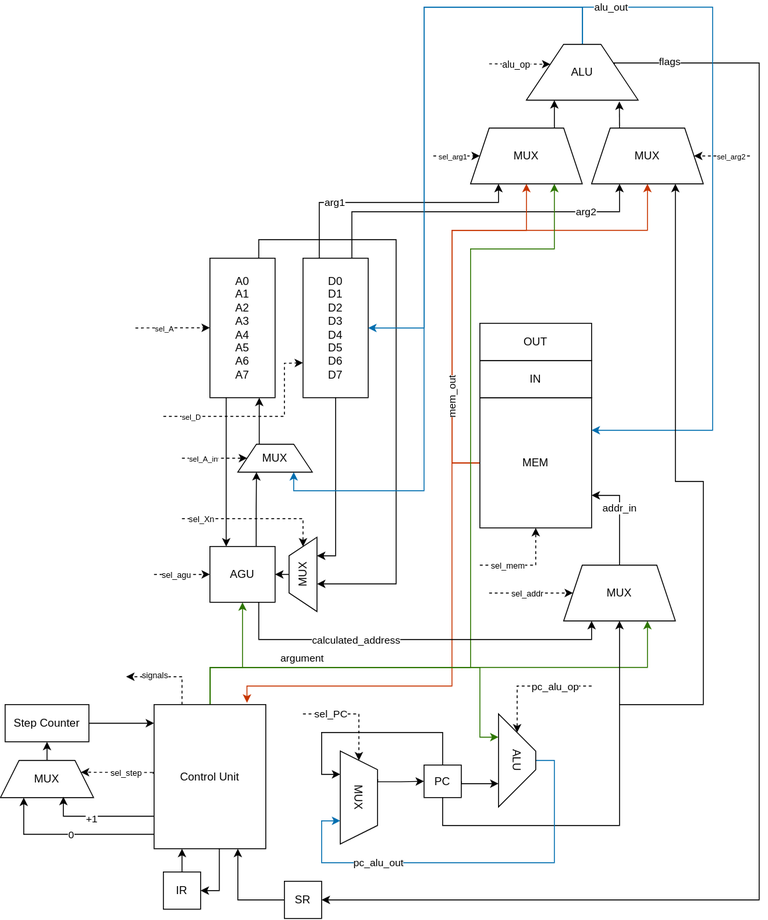
Above: m68k_v2.drawio.svg in Anderaf/m68kScheme (draw.io), before the change. Source tidied: cells renumbered, new cells last; positions are measured from the earlier drawing's top-left corner, leaving out a move shared by most shapes.
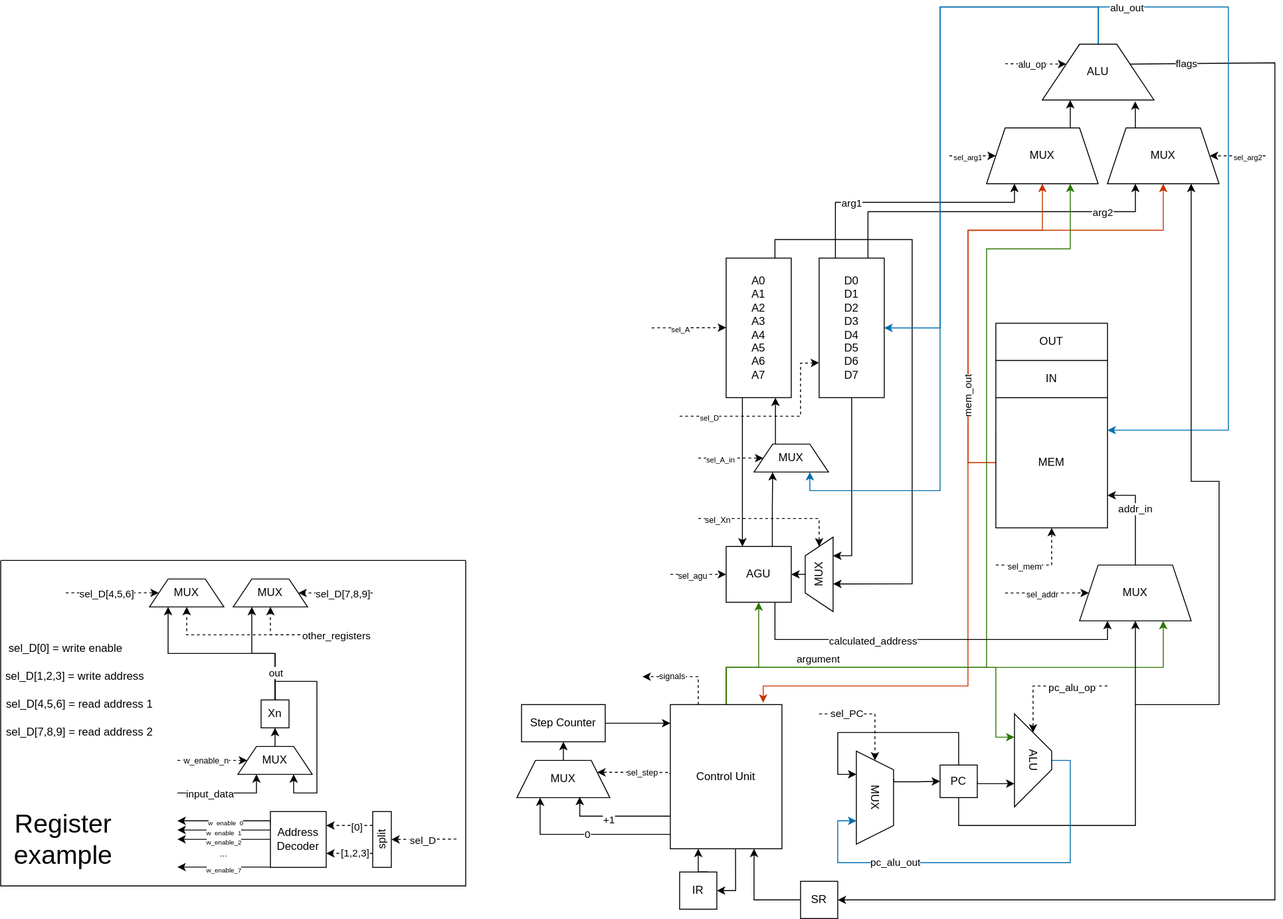
Above is the later version.

The edit, as a diff of the source:
```diff
@@ -506,5 +506,195 @@
         </Array>
       </mxGeometry>
     </mxCell>
+    <mxCell id="92" style="edgeStyle=orthogonalEdgeStyle;rounded=0;jettySize=auto;html=1;exitX=0.5;exitY=0;exitDx=0;exitDy=0;entryX=0.75;entryY=1;entryDx=0;entryDy=0;" parent="1" edge="1" source="96" target="98">
+      <mxGeometry relative="1" as="geometry">
+        <Array as="points">
+          <mxPoint x="-260" y="725" />
+          <mxPoint x="-215" y="725" />
+          <mxPoint x="-215" y="845" />
+          <mxPoint x="-240" y="845" />
+        </Array>
+      </mxGeometry>
+    </mxCell>
+    <mxCell id="93" style="edgeStyle=orthogonalEdgeStyle;rounded=0;jettySize=auto;html=1;exitX=0.5;exitY=0;exitDx=0;exitDy=0;entryX=0.25;entryY=1;entryDx=0;entryDy=0;" parent="1" edge="1" source="96" target="116">
+      <mxGeometry relative="1" as="geometry" />
+    </mxCell>
+    <mxCell id="94" style="edgeStyle=orthogonalEdgeStyle;rounded=0;jettySize=auto;html=1;exitX=0.5;exitY=0;exitDx=0;exitDy=0;entryX=0.25;entryY=1;entryDx=0;entryDy=0;" parent="1" edge="1" source="96" target="115">
+      <mxGeometry relative="1" as="geometry" />
+    </mxCell>
+    <mxCell id="95" value="out" style="edgeLabel;html=1;align=center;verticalAlign=middle;" parent="94" vertex="1">
+      <mxGeometry x="-0.9" relative="1" as="geometry">
+        <mxPoint y="-23" as="offset" />
+      </mxGeometry>
+    </mxCell>
+    <mxCell id="96" value="Xn" style="whiteSpace=wrap;html=1;" parent="1" vertex="1">
+      <mxGeometry x="-275" y="745" width="30" height="30" as="geometry" />
+    </mxCell>
+    <mxCell id="97" style="edgeStyle=orthogonalEdgeStyle;rounded=0;jettySize=auto;html=1;exitX=0.5;exitY=0;exitDx=0;exitDy=0;entryX=0.5;entryY=1;entryDx=0;entryDy=0;" parent="1" edge="1" source="98" target="96">
+      <mxGeometry relative="1" as="geometry" />
+    </mxCell>
+    <mxCell id="98" value="MUX" style="shape=trapezoid;perimeter=trapezoidPerimeter;whiteSpace=wrap;html=1;fixedSize=1;rotation=0;" parent="1" vertex="1">
+      <mxGeometry x="-300" y="795" width="80" height="30" as="geometry" />
+    </mxCell>
+    <mxCell id="99" style="endArrow=classic;html=1;rounded=0;entryX=0.25;entryY=1;entryDx=0;entryDy=0;" parent="1" edge="1" target="98">
+      <mxGeometry relative="1" as="geometry">
+        <mxPoint x="-365" y="845" as="sourcePoint" />
+        <Array as="points">
+          <mxPoint x="-280" y="845" />
+        </Array>
+      </mxGeometry>
+    </mxCell>
+    <mxCell id="100" value="input_data" style="edgeLabel;html=1;align=center;verticalAlign=middle;" parent="99" vertex="1">
+      <mxGeometry x="-0.46" relative="1" as="geometry">
+        <mxPoint x="6" as="offset" />
+      </mxGeometry>
+    </mxCell>
+    <mxCell id="101" style="endArrow=classic;html=1;rounded=0;entryX=0;entryY=0.5;entryDx=0;entryDy=0;dashed=1;" parent="1" edge="1" target="98">
+      <mxGeometry relative="1" as="geometry">
+        <mxPoint x="-365" y="810" as="sourcePoint" />
+      </mxGeometry>
+    </mxCell>
+    <mxCell id="102" value="&lt;font style=&quot;font-size: 9px;&quot;&gt;w_enable_n&lt;/font&gt;" style="edgeLabel;html=1;align=center;verticalAlign=middle;" parent="101" vertex="1">
+      <mxGeometry x="-0.21" y="1" relative="1" as="geometry" />
+    </mxCell>
+    <mxCell id="103" style="edgeStyle=orthogonalEdgeStyle;rounded=0;jettySize=auto;html=1;exitX=0;exitY=0.25;exitDx=0;exitDy=0;" parent="1" edge="1" source="105">
+      <mxGeometry relative="1" as="geometry">
+        <mxPoint x="-365" y="875" as="targetPoint" />
+        <Array as="points">
+          <mxPoint x="-265" y="875" />
+        </Array>
+      </mxGeometry>
+    </mxCell>
+    <mxCell id="104" value="&lt;font style=&quot;font-size: 7px;&quot;&gt;w_enable_0&lt;/font&gt;" style="edgeLabel;html=1;align=center;verticalAlign=middle;" parent="103" vertex="1">
+      <mxGeometry x="0.22" y="1" relative="1" as="geometry">
+        <mxPoint x="9" y="-1" as="offset" />
+      </mxGeometry>
+    </mxCell>
+    <mxCell id="105" value="Address&lt;div&gt;Decoder&lt;/div&gt;" style="whiteSpace=wrap;html=1;" parent="1" vertex="1">
+      <mxGeometry x="-265" y="865" width="60" height="60" as="geometry" />
+    </mxCell>
+    <mxCell id="106" style="endArrow=classic;html=1;rounded=0;entryX=0.5;entryY=1;entryDx=0;entryDy=0;dashed=1;" parent="1" edge="1" target="132">
+      <mxGeometry relative="1" as="geometry">
+        <mxPoint x="-65" y="894.5" as="sourcePoint" />
+      </mxGeometry>
+    </mxCell>
+    <mxCell id="107" value="sel_D" style="edgeLabel;html=1;align=center;verticalAlign=middle;" parent="106" vertex="1">
+      <mxGeometry x="0.07" relative="1" as="geometry" />
+    </mxCell>
+    <mxCell id="108" style="edgeStyle=orthogonalEdgeStyle;rounded=0;orthogonalLoop=1;jettySize=auto;html=1;exitX=0;exitY=0.25;exitDx=0;exitDy=0;" parent="1" edge="1">
+      <mxGeometry relative="1" as="geometry">
+        <mxPoint x="-265" y="884.8" as="sourcePoint" />
+        <mxPoint x="-365" y="884.8" as="targetPoint" />
+      </mxGeometry>
+    </mxCell>
+    <mxCell id="109" value="&lt;font style=&quot;font-size: 7px;&quot;&gt;w_enable_1&lt;/font&gt;" style="edgeLabel;html=1;align=center;verticalAlign=middle;" parent="108" vertex="1">
+      <mxGeometry x="0.22" y="1" relative="1" as="geometry">
+        <mxPoint x="11" as="offset" />
+      </mxGeometry>
+    </mxCell>
+    <mxCell id="110" style="edgeStyle=orthogonalEdgeStyle;rounded=0;orthogonalLoop=1;jettySize=auto;html=1;exitX=0;exitY=0.25;exitDx=0;exitDy=0;" parent="1" edge="1">
+      <mxGeometry relative="1" as="geometry">
+        <mxPoint x="-265" y="894.8" as="sourcePoint" />
+        <mxPoint x="-365" y="894.8" as="targetPoint" />
+      </mxGeometry>
+    </mxCell>
+    <mxCell id="111" value="&lt;font style=&quot;font-size: 7px;&quot;&gt;w_enable_2&lt;/font&gt;" style="edgeLabel;html=1;align=center;verticalAlign=middle;" parent="110" vertex="1">
+      <mxGeometry x="0.22" y="1" relative="1" as="geometry">
+        <mxPoint x="11" as="offset" />
+      </mxGeometry>
+    </mxCell>
+    <mxCell id="112" value="&lt;font style=&quot;font-size: 9px;&quot;&gt;...&lt;/font&gt;" style="text;html=1;whiteSpace=wrap;strokeColor=none;fillColor=none;align=center;verticalAlign=middle;rounded=0;" parent="1" vertex="1">
+      <mxGeometry x="-345" y="905" width="60" height="10" as="geometry" />
+    </mxCell>
+    <mxCell id="113" style="edgeStyle=orthogonalEdgeStyle;rounded=0;orthogonalLoop=1;jettySize=auto;html=1;exitX=0;exitY=0.25;exitDx=0;exitDy=0;" parent="1" edge="1">
+      <mxGeometry relative="1" as="geometry">
+        <mxPoint x="-265" y="924.7" as="sourcePoint" />
+        <mxPoint x="-365" y="924.7" as="targetPoint" />
+      </mxGeometry>
+    </mxCell>
+    <mxCell id="114" value="&lt;font style=&quot;font-size: 7px;&quot;&gt;w_enable_7&lt;/font&gt;" style="edgeLabel;html=1;align=center;verticalAlign=middle;" parent="113" vertex="1">
+      <mxGeometry x="0.22" y="1" relative="1" as="geometry">
+        <mxPoint x="11" as="offset" />
+      </mxGeometry>
+    </mxCell>
+    <mxCell id="115" value="MUX" style="shape=trapezoid;perimeter=trapezoidPerimeter;whiteSpace=wrap;html=1;fixedSize=1;rotation=0;" parent="1" vertex="1">
+      <mxGeometry x="-305" y="615" width="80" height="30" as="geometry" />
+    </mxCell>
+    <mxCell id="116" value="MUX" style="shape=trapezoid;perimeter=trapezoidPerimeter;whiteSpace=wrap;html=1;fixedSize=1;rotation=0;" parent="1" vertex="1">
+      <mxGeometry x="-395" y="615" width="80" height="30" as="geometry" />
+    </mxCell>
+    <mxCell id="117" style="endArrow=classic;html=1;rounded=0;entryX=0.5;entryY=1;entryDx=0;entryDy=0;dashed=1;" parent="1" edge="1" target="116">
+      <mxGeometry relative="1" as="geometry">
+        <mxPoint x="-185" y="675" as="sourcePoint" />
+        <Array as="points">
+          <mxPoint x="-355" y="675" />
+        </Array>
+      </mxGeometry>
+    </mxCell>
+    <mxCell id="118" style="endArrow=classic;html=1;rounded=0;entryX=0.5;entryY=1;entryDx=0;entryDy=0;dashed=1;" parent="1" edge="1" target="115">
+      <mxGeometry relative="1" as="geometry">
+        <mxPoint x="-185" y="675" as="sourcePoint" />
+        <Array as="points">
+          <mxPoint x="-265" y="675" />
+        </Array>
+      </mxGeometry>
+    </mxCell>
+    <mxCell id="119" value="other_registers" style="edgeLabel;html=1;align=center;verticalAlign=middle;" parent="118" vertex="1">
+      <mxGeometry x="-0.33" y="-2" relative="1" as="geometry">
+        <mxPoint x="27" y="2" as="offset" />
+      </mxGeometry>
+    </mxCell>
+    <mxCell id="120" style="edgeStyle=none;orthogonalLoop=1;jettySize=auto;html=1;rounded=0;dashed=1;" parent="1" edge="1">
+      <mxGeometry relative="1" as="geometry">
+        <mxPoint x="-485" y="629.8" as="sourcePoint" />
+        <mxPoint x="-385" y="629.8" as="targetPoint" />
+      </mxGeometry>
+    </mxCell>
+    <mxCell id="121" value="sel_D[4,5,6]" style="edgeLabel;html=1;align=center;verticalAlign=middle;" parent="120" vertex="1">
+      <mxGeometry x="-0.12" y="-3" relative="1" as="geometry">
+        <mxPoint y="-3" as="offset" />
+      </mxGeometry>
+    </mxCell>
+    <mxCell id="122" style="edgeStyle=none;jettySize=auto;html=1;rounded=0;entryX=1;entryY=0.5;entryDx=0;entryDy=0;dashed=1;" parent="1" edge="1" target="115">
+      <mxGeometry relative="1" as="geometry">
+        <mxPoint x="-155" y="630" as="sourcePoint" />
+      </mxGeometry>
+    </mxCell>
+    <mxCell id="123" value="sel_D[7,8,9]" style="edgeLabel;html=1;align=center;verticalAlign=middle;" parent="122" vertex="1">
+      <mxGeometry x="-0.18" relative="1" as="geometry" />
+    </mxCell>
+    <mxCell id="124" value="sel_D[0] = write enable" style="text;html=1;whiteSpace=wrap;strokeColor=none;fillColor=none;align=center;verticalAlign=middle;rounded=0;" parent="1" vertex="1">
+      <mxGeometry x="-555" y="675" width="140" height="30" as="geometry" />
+    </mxCell>
+    <mxCell id="125" value="sel_D[1,2,3] = write address" style="text;html=1;whiteSpace=wrap;strokeColor=none;fillColor=none;align=center;verticalAlign=middle;rounded=0;" parent="1" vertex="1">
+      <mxGeometry x="-555" y="705" width="160" height="30" as="geometry" />
+    </mxCell>
+    <mxCell id="126" value="sel_D[4,5,6] = read address 1" style="text;html=1;whiteSpace=wrap;strokeColor=none;fillColor=none;align=center;verticalAlign=middle;rounded=0;" parent="1" vertex="1">
+      <mxGeometry x="-555" y="735" width="170" height="30" as="geometry" />
+    </mxCell>
+    <mxCell id="127" value="sel_D[7,8,9] = read address 2" style="text;html=1;whiteSpace=wrap;strokeColor=none;fillColor=none;align=center;verticalAlign=middle;rounded=0;" parent="1" vertex="1">
+      <mxGeometry x="-555" y="765" width="170" height="30" as="geometry" />
+    </mxCell>
+    <mxCell id="128" style="edgeStyle=orthogonalEdgeStyle;rounded=0;jettySize=auto;html=1;exitX=0.75;exitY=0;exitDx=0;exitDy=0;entryX=1;entryY=0.25;entryDx=0;entryDy=0;dashed=1;" parent="1" edge="1" source="132" target="105">
+      <mxGeometry relative="1" as="geometry" />
+    </mxCell>
+    <mxCell id="129" value="[0]" style="edgeLabel;html=1;align=center;verticalAlign=middle;" parent="128" vertex="1">
+      <mxGeometry x="-0.25" y="1" relative="1" as="geometry" />
+    </mxCell>
+    <mxCell id="130" style="edgeStyle=orthogonalEdgeStyle;rounded=0;jettySize=auto;html=1;exitX=0.25;exitY=0;exitDx=0;exitDy=0;entryX=1;entryY=0.75;entryDx=0;entryDy=0;dashed=1;" parent="1" edge="1" source="132" target="105">
+      <mxGeometry relative="1" as="geometry" />
+    </mxCell>
+    <mxCell id="131" value="[1,2,3]" style="edgeLabel;html=1;align=center;verticalAlign=middle;" parent="130" vertex="1">
+      <mxGeometry x="-0.19" y="-1" relative="1" as="geometry" />
+    </mxCell>
+    <mxCell id="132" value="split" style="whiteSpace=wrap;html=1;rotation=-90;" parent="1" vertex="1">
+      <mxGeometry x="-175" y="885" width="60" height="20" as="geometry" />
+    </mxCell>
+    <mxCell id="133" style="swimlane;startSize=0;" parent="1" vertex="1">
+      <mxGeometry x="-555" y="595" width="500" height="350" as="geometry" />
+    </mxCell>
+    <mxCell id="134" value="&lt;font style=&quot;font-size: 28px;&quot;&gt;Register example&lt;/font&gt;" style="text;html=1;whiteSpace=wrap;strokeColor=none;fillColor=none;align=center;verticalAlign=middle;rounded=0;" parent="133" vertex="1">
+      <mxGeometry x="5" y="260" width="125" height="80" as="geometry" />
+    </mxCell>
   </root>
 </mxGraphModel>
```
